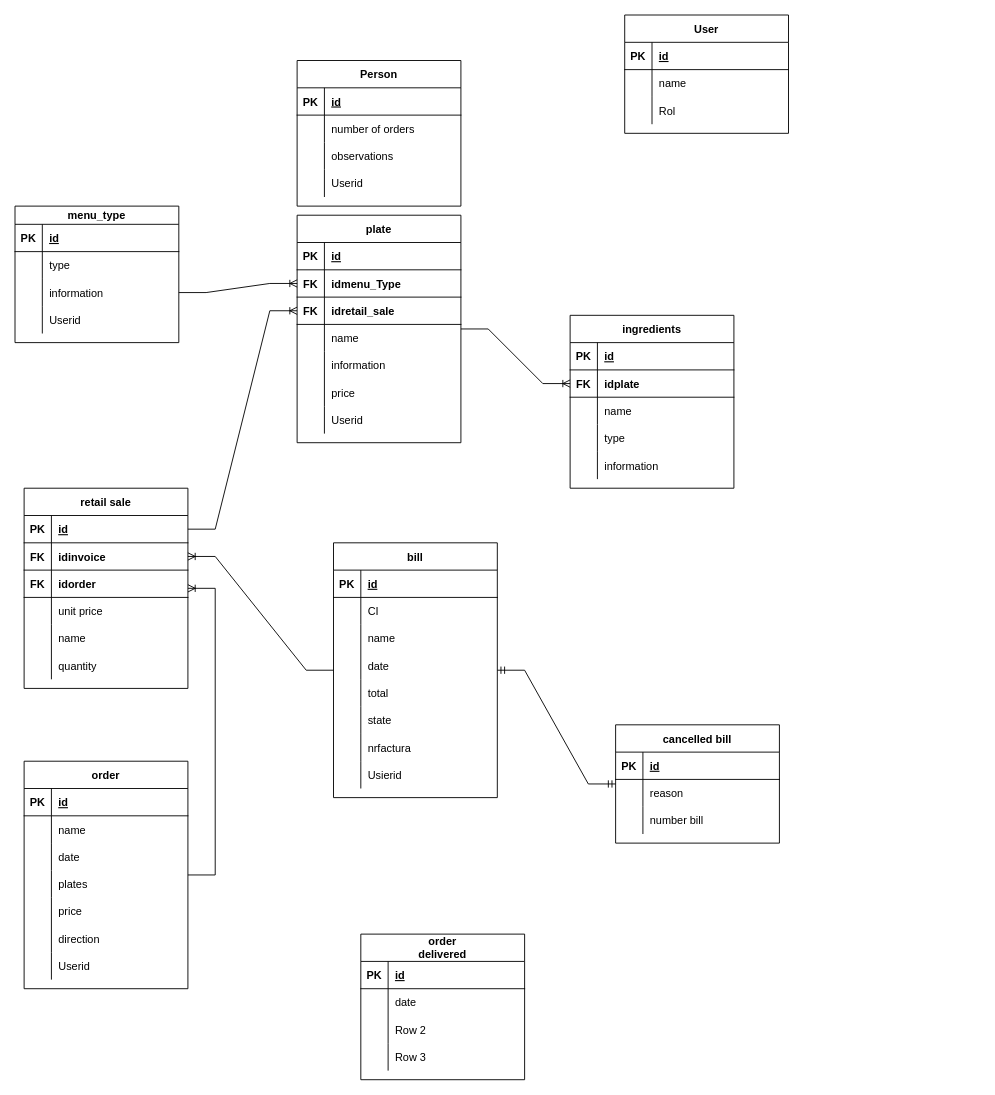
Above: diagrama/Untitled Diagram.drawio in poolextremo/programaci-n-3 (draw.io), before the change. Source tidied: cells renumbered, new cells numbered last; positions are measured from the earlier drawing's top-left corner, leaving out a move shared by most shapes. Both pictures are drawn from the tidied source at 91%, with x=0, y=0 at pixel (15, 15).
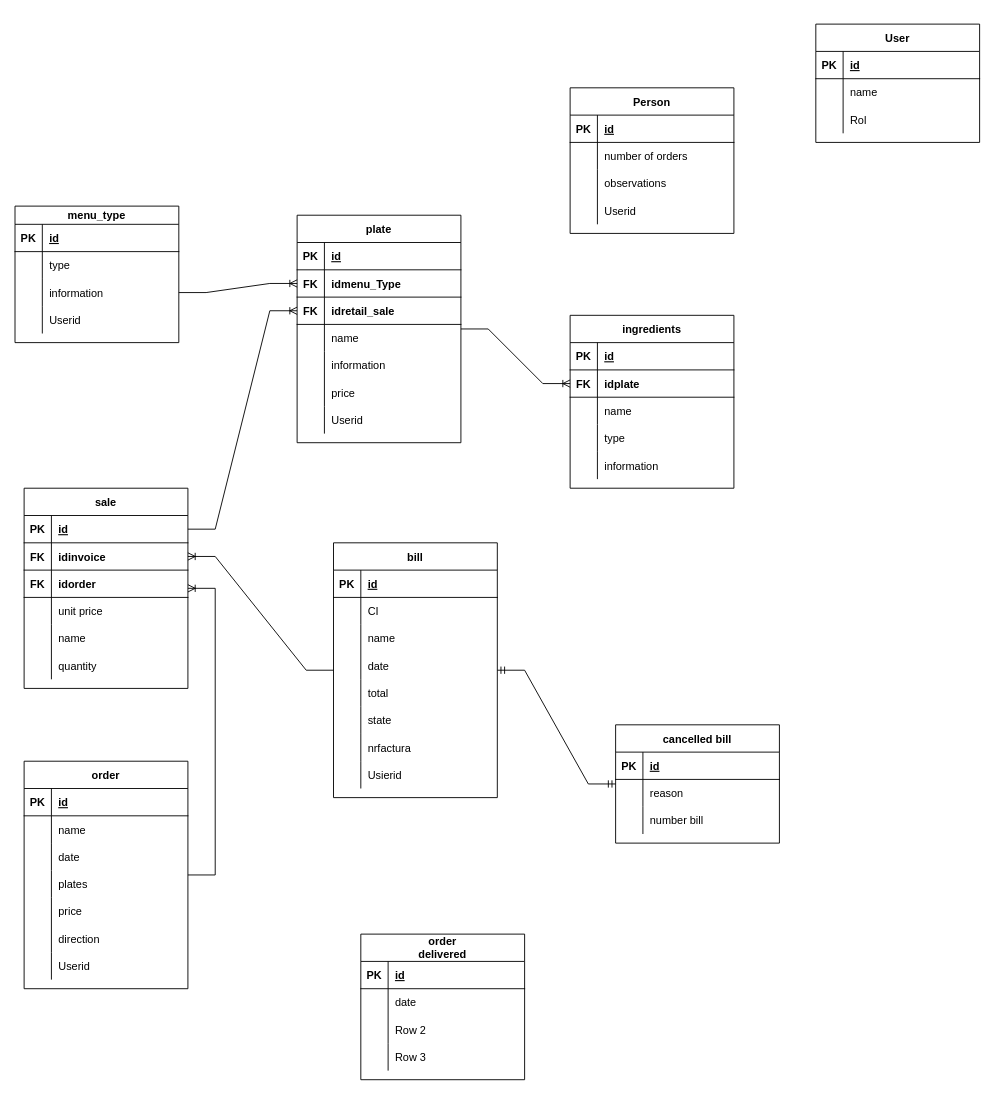
The same diagram, later.

The edit, as a diff of the source:
```diff
@@
     <mxCell id="2" value="User" style="shape=table;startSize=30;childLayout=tableLayout;rowLines=0;fontStyle=1;align=center;" parent="1" vertex="1">
-      <mxGeometry x="670" width="180" height="130" as="geometry" />
+      <mxGeometry x="880" y="10" width="180" height="130" as="geometry" />
     </mxCell>
@@
-    <mxCell id="65" value="retail sale" style="shape=table;startSize=30;childLayout=tableLayout;rowLines=0;fontStyle=1;align=center;" parent="1" vertex="1">
+    <mxCell id="65" value="sale" style="shape=table;startSize=30;childLayout=tableLayout;rowLines=0;fontStyle=1;align=center;" parent="1" vertex="1">
       <mxGeometry x="10" y="520" width="180" height="220" as="geometry" />
     </mxCell>
@@
     <mxCell id="158" value="Person" style="shape=table;startSize=30;childLayout=tableLayout;rowLines=0;fontStyle=1;align=center;" parent="1" vertex="1">
-      <mxGeometry x="310" y="50" width="180" height="160" as="geometry" />
+      <mxGeometry x="610" y="80" width="180" height="160" as="geometry" />
     </mxCell>
```
